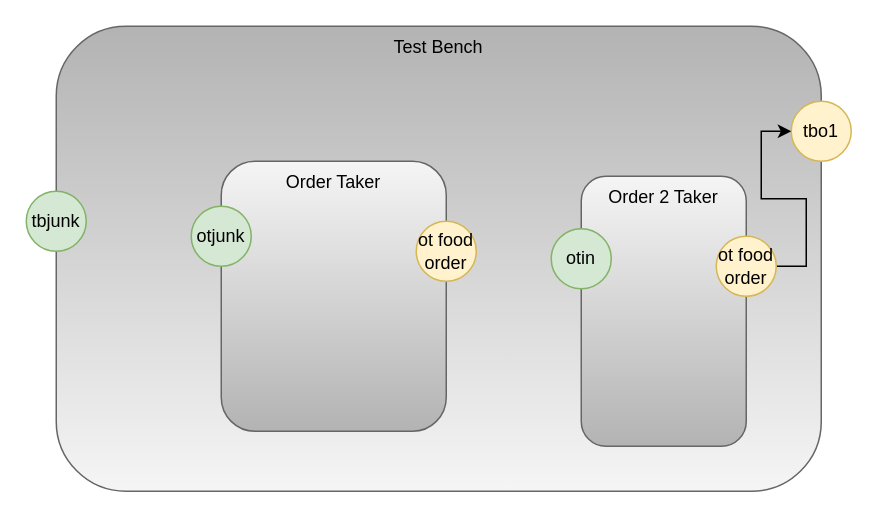
guitarvydas/das2json keeps this draw.io diagram as case4.drawio. Above is the earlier version. Source tidied: cells renumbered, new cells numbered last; positions are measured from the earlier drawing's top-left corner, leaving out a move shared by most shapes. Both pictures are drawn from the tidied source at 150%, with x=0, y=0 at pixel (26, 26).
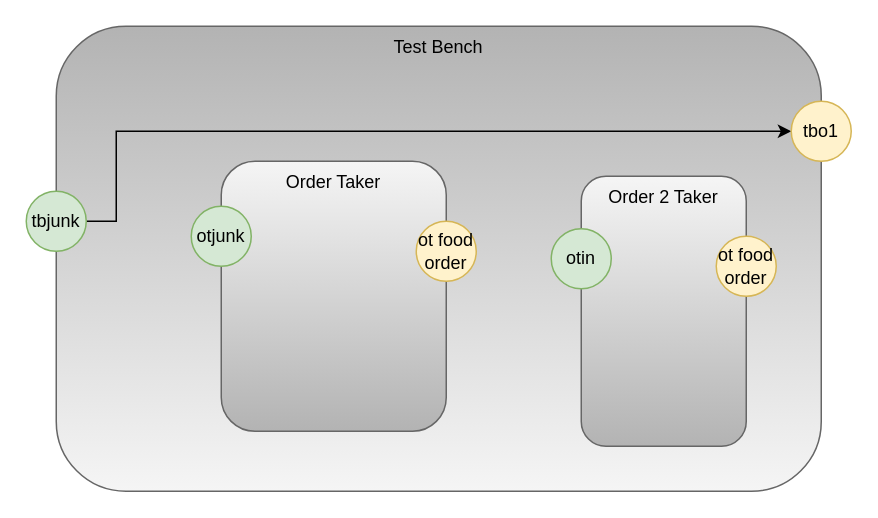
The same page after the edit.

Change to the diagram source:
```diff
@@
 <mxGraphModel>
   <root>
     <mxCell id="0" />
     <mxCell id="1" parent="0" />
     <mxCell id="2" value="Test Bench" style="rounded=1;whiteSpace=wrap;html=1;horizontal=1;verticalAlign=top;gradientColor=#b3b3b3;fillColor=#f5f5f5;strokeColor=#666666;gradientDirection=north;" parent="1" vertex="1">
       <mxGeometry x="20" width="510" height="310" as="geometry" />
     </mxCell>
     <mxCell id="3" value="Order Taker" style="rounded=1;whiteSpace=wrap;html=1;horizontal=1;verticalAlign=top;fillColor=#f5f5f5;strokeColor=#666666;gradientColor=#b3b3b3;" parent="1" vertex="1">
       <mxGeometry x="130" y="90" width="150" height="180" as="geometry" />
     </mxCell>
     <mxCell id="4" value="ot food order" style="ellipse;whiteSpace=wrap;html=1;fillColor=#fff2cc;strokeColor=#d6b656;" parent="1" vertex="1">
       <mxGeometry x="260" y="130" width="40" height="40" as="geometry" />
     </mxCell>
+    <mxCell id="12" style="edgeStyle=orthogonalEdgeStyle;rounded=0;jettySize=auto;html=1;exitX=1;exitY=0.5;exitDx=0;exitDy=0;entryX=0;entryY=0.5;entryDx=0;entryDy=0;" parent="1" edge="1" source="5" target="7">
+      <mxGeometry relative="1" as="geometry">
+        <Array as="points">
+          <mxPoint x="60" y="130" />
+          <mxPoint x="60" y="70" />
+        </Array>
+      </mxGeometry>
+    </mxCell>
     <mxCell id="5" value="tbjunk" style="ellipse;whiteSpace=wrap;html=1;fillColor=#d5e8d4;strokeColor=#82b366;" parent="1" vertex="1">
       <mxGeometry y="110" width="40" height="40" as="geometry" />
     </mxCell>
     <mxCell id="6" value="otjunk" style="ellipse;whiteSpace=wrap;html=1;fillColor=#d5e8d4;strokeColor=#82b366;" parent="1" vertex="1">
       <mxGeometry x="110" y="120" width="40" height="40" as="geometry" />
     </mxCell>
     <mxCell id="7" value="tbo1" style="ellipse;whiteSpace=wrap;html=1;fillColor=#fff2cc;strokeColor=#d6b656;" parent="1" vertex="1">
       <mxGeometry x="510" y="50" width="40" height="40" as="geometry" />
     </mxCell>
     <mxCell id="8" value="Order 2 Taker" style="rounded=1;whiteSpace=wrap;html=1;horizontal=1;verticalAlign=top;fillColor=#f5f5f5;strokeColor=#666666;gradientColor=#b3b3b3;" parent="1" vertex="1">
       <mxGeometry x="370" y="100" width="110" height="180" as="geometry" />
     </mxCell>
-    <mxCell id="9" style="edgeStyle=orthogonalEdgeStyle;rounded=0;jettySize=auto;html=1;exitX=1;exitY=0.5;exitDx=0;exitDy=0;entryX=0;entryY=0.5;entryDx=0;entryDy=0;" parent="1" edge="1" source="10" target="7">
-      <mxGeometry relative="1" as="geometry" />
-    </mxCell>
     <mxCell id="10" value="ot food order" style="ellipse;whiteSpace=wrap;html=1;fillColor=#fff2cc;strokeColor=#d6b656;" parent="1" vertex="1">
       <mxGeometry x="460" y="140" width="40" height="40" as="geometry" />
     </mxCell>
     <mxCell id="11" value="otin" style="ellipse;whiteSpace=wrap;html=1;fillColor=#d5e8d4;strokeColor=#82b366;" parent="1" vertex="1">
       <mxGeometry x="350" y="135" width="40" height="40" as="geometry" />
     </mxCell>
   </root>
 </mxGraphModel>
```
